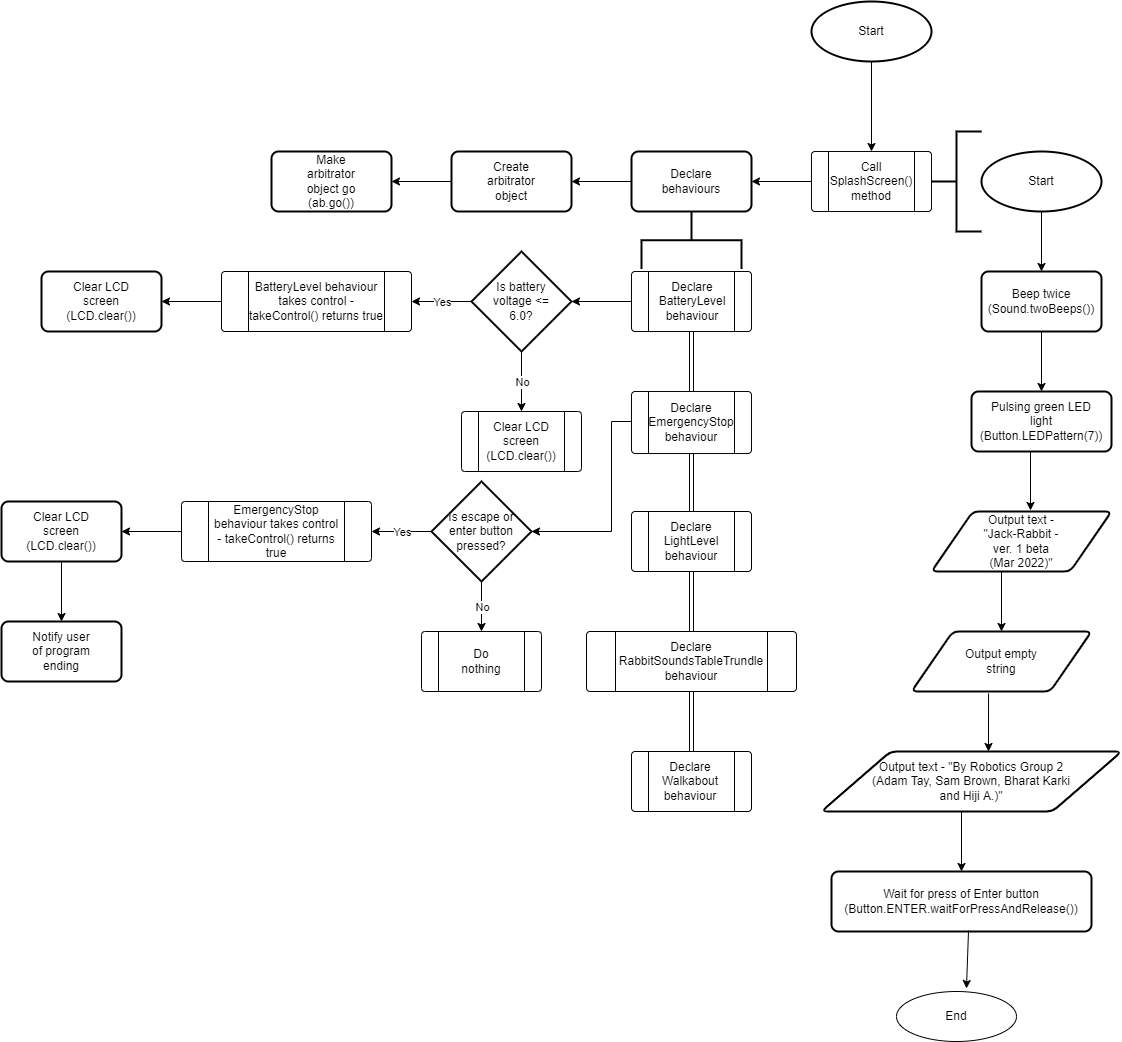
Earlier version of the draw.io export Final submission/ControlFlow.png (XLmT09/Bunny-Robot). Source tidied: cells renumbered, new cells last; positions are measured from the earlier drawing's top-left corner, leaving out a move shared by most shapes.
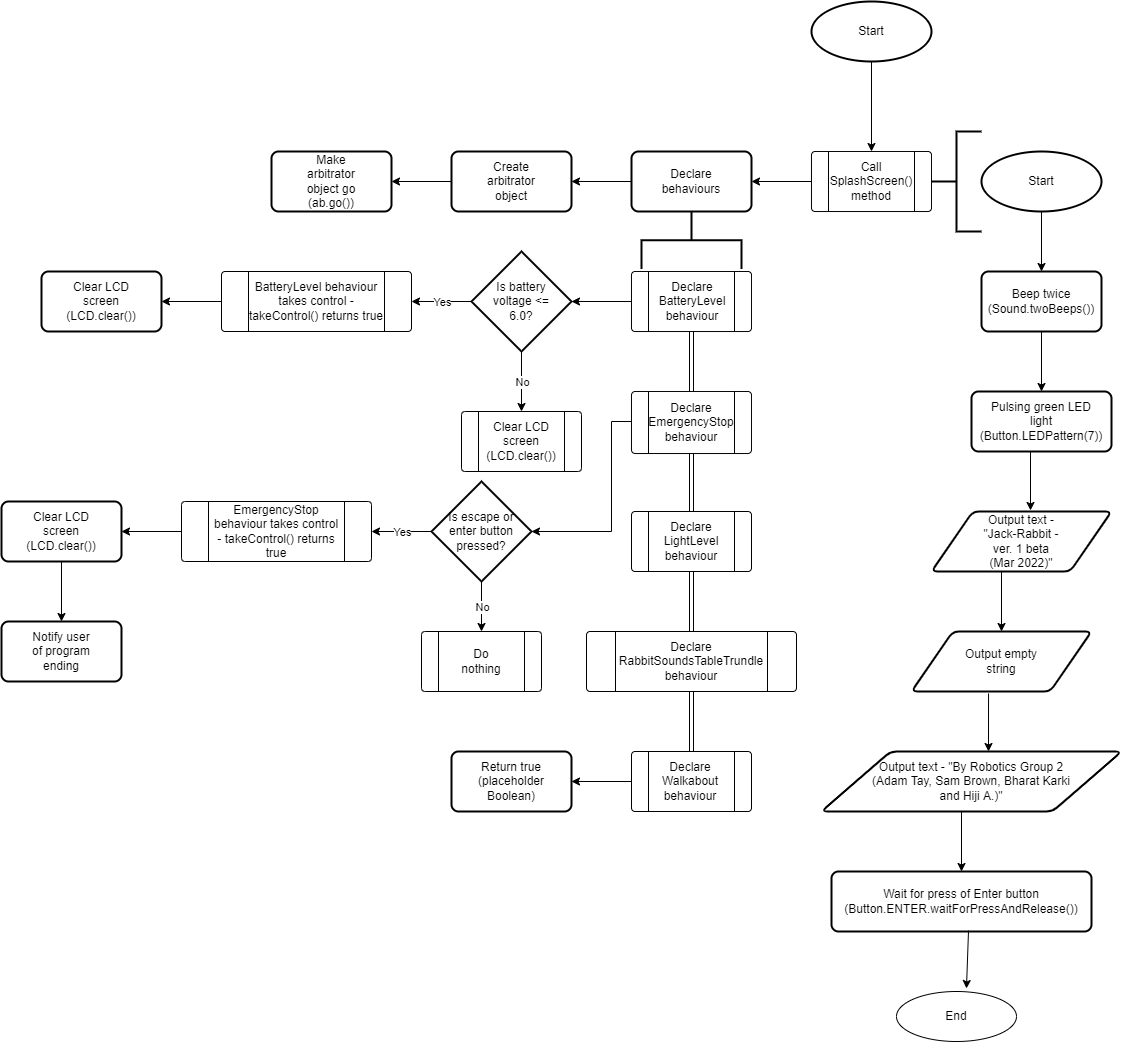
Later version of the same file.

Change to the diagram source:
```diff
@@ -304,7 +304,7 @@
       <mxGeometry relative="1" as="geometry" />
     </mxCell>
     <mxCell id="94" style="group;" parent="1" vertex="1">
-      <mxGeometry x="420" y="630" width="120" height="60" as="geometry" />
+      <mxGeometry x="420" y="630" width="120" height="100" as="geometry" />
     </mxCell>
     <mxCell id="95" style="verticalLabelPosition=bottom;verticalAlign=top;html=1;shape=process;whiteSpace=wrap;rounded=1;size=0.14;arcSize=6;hachureGap=4;" parent="94" vertex="1">
       <mxGeometry width="120" height="60" as="geometry" />
@@ -354,5 +354,14 @@
     <mxCell id="110" style="edgeStyle=none;rounded=0;jettySize=auto;html=1;exitX=0.5;exitY=1;exitDx=0;exitDy=0;entryX=0.5;entryY=0;entryDx=0;entryDy=0;endArrow=open;sourcePerimeterSpacing=8;targetPerimeterSpacing=8;shape=link;" parent="1" edge="1" source="54" target="108">
       <mxGeometry relative="1" as="geometry" />
     </mxCell>
+    <mxCell id="111" style="rounded=1;whiteSpace=wrap;html=1;absoluteArcSize=1;arcSize=14;strokeWidth=2;hachureGap=4;" parent="1" vertex="1">
+      <mxGeometry x="450" y="750" width="120" height="60" as="geometry" />
+    </mxCell>
+    <mxCell id="112" value="Return true (placeholder Boolean)" style="text;strokeColor=none;fillColor=none;html=1;align=center;verticalAlign=middle;whiteSpace=wrap;rounded=0;hachureGap=4;" parent="1" vertex="1">
+      <mxGeometry x="480" y="765" width="60" height="30" as="geometry" />
+    </mxCell>
+    <mxCell id="113" style="endArrow=classic;html=1;rounded=0;sourcePerimeterSpacing=8;targetPerimeterSpacing=8;entryX=1;entryY=0.5;entryDx=0;entryDy=0;exitX=0;exitY=0.5;exitDx=0;exitDy=0;" parent="1" edge="1" source="108" target="111">
+      <mxGeometry relative="1" as="geometry" />
+    </mxCell>
   </root>
 </mxGraphModel>
```
